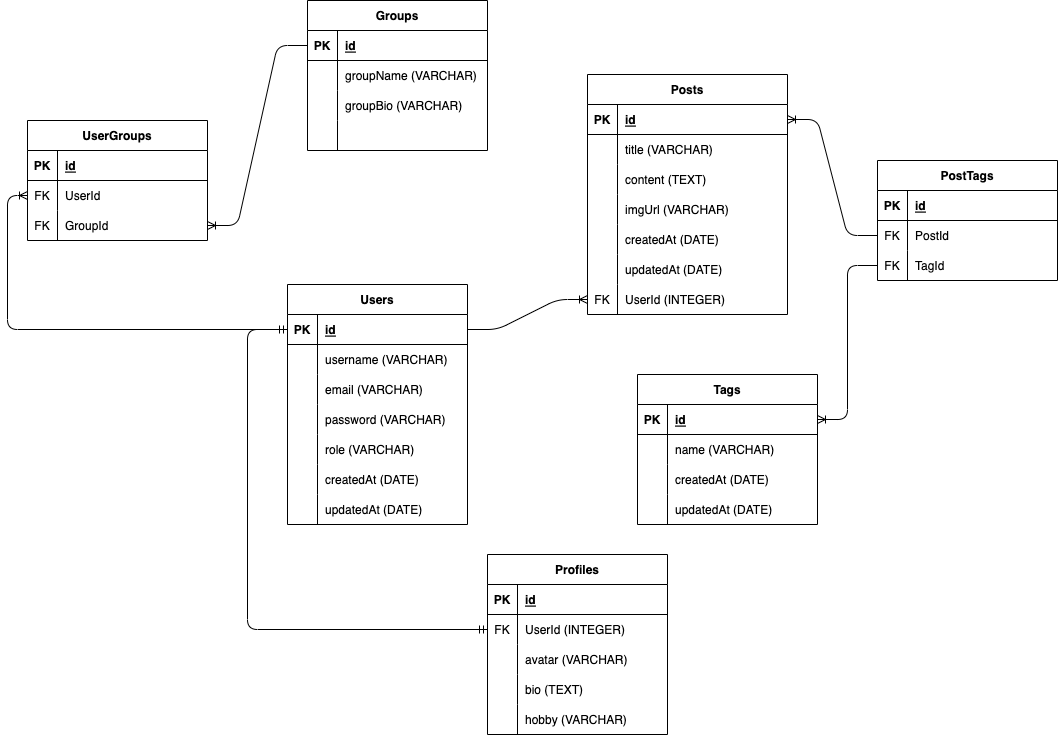
This is schema.drawio.png from CuriosityExp/pair-project, a draw.io export, as it was before one commit. Source tidied: cells renumbered, new cells last; positions are measured from the earlier drawing's top-left corner, leaving out a move shared by most shapes.
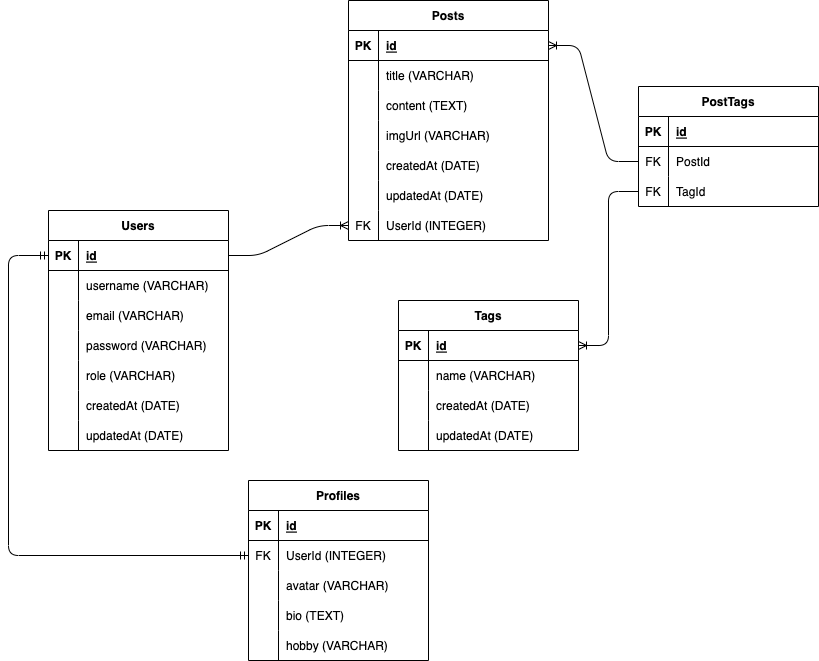
After the commit.

What changed in the source:
```diff
@@ -232,86 +232,6 @@
         </Array>
       </mxGeometry>
     </mxCell>
-    <mxCell id="77" value="UserGroups" style="shape=table;startSize=30;rowLines=0;fontStyle=1;align=center;" parent="1" vertex="1">
-      <mxGeometry x="20" y="120" width="180" height="120" as="geometry" />
-    </mxCell>
-    <mxCell id="78" style="shape=tableRow;horizontal=0;startSize=0;swimlaneHead=0;swimlaneBody=0;fillColor=none;top=0;left=0;right=0;bottom=1;" parent="77" vertex="1">
-      <mxGeometry y="30" width="180" height="30" as="geometry" />
-    </mxCell>
-    <mxCell id="79" value="PK" style="shape=partialRectangle;fillColor=none;top=0;left=0;bottom=0;right=0;fontStyle=1;overflow=hidden;" parent="78" vertex="1">
-      <mxGeometry width="30" height="30" as="geometry" />
-    </mxCell>
-    <mxCell id="80" value="id" style="shape=partialRectangle;fillColor=none;top=0;left=0;bottom=0;right=0;align=left;spacingLeft=6;fontStyle=5;overflow=hidden;" parent="78" vertex="1">
-      <mxGeometry x="30" width="150" height="30" as="geometry" />
-    </mxCell>
-    <mxCell id="81" style="shape=tableRow;horizontal=0;startSize=0;swimlaneHead=0;swimlaneBody=0;fillColor=none;points=[[0,0.5],[1,0.5]];portConstraint=eastwest;top=0;left=0;right=0;bottom=0;" parent="77" vertex="1">
-      <mxGeometry y="60" width="180" height="30" as="geometry" />
-    </mxCell>
-    <mxCell id="82" value="FK" style="shape=partialRectangle;fillColor=none;top=0;left=0;bottom=0;right=0;overflow=hidden;" parent="81" vertex="1">
-      <mxGeometry width="30" height="30" as="geometry" />
-    </mxCell>
-    <mxCell id="83" value="UserId" style="shape=partialRectangle;fillColor=none;top=0;left=0;bottom=0;right=0;align=left;spacingLeft=6;overflow=hidden;" parent="81" vertex="1">
-      <mxGeometry x="30" width="150" height="30" as="geometry" />
-    </mxCell>
-    <mxCell id="84" style="shape=tableRow;horizontal=0;startSize=0;swimlaneHead=0;swimlaneBody=0;fillColor=none;points=[[0,0.5],[1,0.5]];portConstraint=eastwest;top=0;left=0;right=0;bottom=0;" parent="77" vertex="1">
-      <mxGeometry y="90" width="180" height="30" as="geometry" />
-    </mxCell>
-    <mxCell id="85" value="FK" style="shape=partialRectangle;fillColor=none;top=0;left=0;bottom=0;right=0;overflow=hidden;" parent="84" vertex="1">
-      <mxGeometry width="30" height="30" as="geometry" />
-    </mxCell>
-    <mxCell id="86" value="GroupId" style="shape=partialRectangle;fillColor=none;top=0;left=0;bottom=0;right=0;align=left;spacingLeft=6;overflow=hidden;" parent="84" vertex="1">
-      <mxGeometry x="30" width="150" height="30" as="geometry" />
-    </mxCell>
-    <mxCell id="87" value="Groups" style="shape=table;startSize=30;rowLines=0;fontStyle=1;align=center;" parent="1" vertex="1">
-      <mxGeometry x="300" width="180" height="150" as="geometry" />
-    </mxCell>
-    <mxCell id="88" style="shape=tableRow;horizontal=0;startSize=0;swimlaneHead=0;swimlaneBody=0;fillColor=none;points=[[0,0.5],[1,0.5]];portConstraint=eastwest;top=0;left=0;right=0;bottom=1;" parent="87" vertex="1">
-      <mxGeometry y="30" width="180" height="30" as="geometry" />
-    </mxCell>
-    <mxCell id="89" value="PK" style="shape=partialRectangle;fillColor=none;top=0;left=0;bottom=0;right=0;fontStyle=1;overflow=hidden;" parent="88" vertex="1">
-      <mxGeometry width="30" height="30" as="geometry" />
-    </mxCell>
-    <mxCell id="90" value="id" style="shape=partialRectangle;fillColor=none;top=0;left=0;bottom=0;right=0;align=left;spacingLeft=6;fontStyle=5;overflow=hidden;" parent="88" vertex="1">
-      <mxGeometry x="30" width="150" height="30" as="geometry" />
-    </mxCell>
-    <mxCell id="91" style="shape=tableRow;horizontal=0;startSize=0;swimlaneHead=0;swimlaneBody=0;fillColor=none;top=0;left=0;right=0;bottom=0;" parent="87" vertex="1">
-      <mxGeometry y="60" width="180" height="30" as="geometry" />
-    </mxCell>
-    <mxCell id="92" style="shape=partialRectangle;fillColor=none;top=0;left=0;bottom=0;right=0;overflow=hidden;" parent="91" vertex="1">
-      <mxGeometry width="30" height="30" as="geometry" />
-    </mxCell>
-    <mxCell id="93" value="groupName (VARCHAR)" style="shape=partialRectangle;fillColor=none;top=0;left=0;bottom=0;right=0;align=left;spacingLeft=6;overflow=hidden;" parent="91" vertex="1">
-      <mxGeometry x="30" width="150" height="30" as="geometry" />
-    </mxCell>
-    <mxCell id="94" style="shape=tableRow;horizontal=0;startSize=0;swimlaneHead=0;swimlaneBody=0;fillColor=none;top=0;left=0;right=0;bottom=0;" parent="87" vertex="1">
-      <mxGeometry y="90" width="180" height="30" as="geometry" />
-    </mxCell>
-    <mxCell id="95" style="shape=partialRectangle;fillColor=none;top=0;left=0;bottom=0;right=0;overflow=hidden;" parent="94" vertex="1">
-      <mxGeometry width="30" height="30" as="geometry" />
-    </mxCell>
-    <mxCell id="96" value="groupBio (VARCHAR)" style="shape=partialRectangle;fillColor=none;top=0;left=0;bottom=0;right=0;align=left;spacingLeft=6;overflow=hidden;" parent="94" vertex="1">
-      <mxGeometry x="30" width="150" height="30" as="geometry" />
-    </mxCell>
-    <mxCell id="97" style="shape=tableRow;horizontal=0;startSize=0;swimlaneHead=0;swimlaneBody=0;fillColor=none;top=0;left=0;right=0;bottom=0;" parent="87" vertex="1">
-      <mxGeometry y="120" width="180" height="30" as="geometry" />
-    </mxCell>
-    <mxCell id="98" style="shape=partialRectangle;fillColor=none;top=0;left=0;bottom=0;right=0;overflow=hidden;" parent="97" vertex="1">
-      <mxGeometry width="30" height="30" as="geometry" />
-    </mxCell>
-    <mxCell id="99" style="shape=partialRectangle;fillColor=none;top=0;left=0;bottom=0;right=0;align=left;spacingLeft=6;overflow=hidden;" parent="97" vertex="1">
-      <mxGeometry x="30" width="150" height="30" as="geometry" />
-    </mxCell>
-    <mxCell id="100" style="edgeStyle=orthogonalEdgeStyle;fontSize=12;html=1;endArrow=ERoneToMany;exitX=0;exitY=0.5;exitDx=0;exitDy=0;entryX=0;entryY=0.5;entryDx=0;entryDy=0;" parent="1" edge="1" source="3" target="81">
-      <mxGeometry relative="1" as="geometry">
-        <Array as="points">
-          <mxPoint y="329" />
-          <mxPoint y="195" />
-        </Array>
-      </mxGeometry>
-    </mxCell>
-    <mxCell id="101" style="edgeStyle=entityRelationEdgeStyle;fontSize=12;html=1;endArrow=ERoneToMany;exitX=0;exitY=0.5;exitDx=0;exitDy=0;entryX=1;entryY=0.5;entryDx=0;entryDy=0;" parent="1" edge="1" source="88" target="84">
-      <mxGeometry relative="1" as="geometry" />
-    </mxCell>
     <mxCell id="102" value="PostTags" style="shape=table;startSize=30;rowLines=0;fontStyle=1;align=center;" parent="1" vertex="1">
       <mxGeometry x="870" y="160" width="180" height="120" as="geometry" />
     </mxCell>
```
